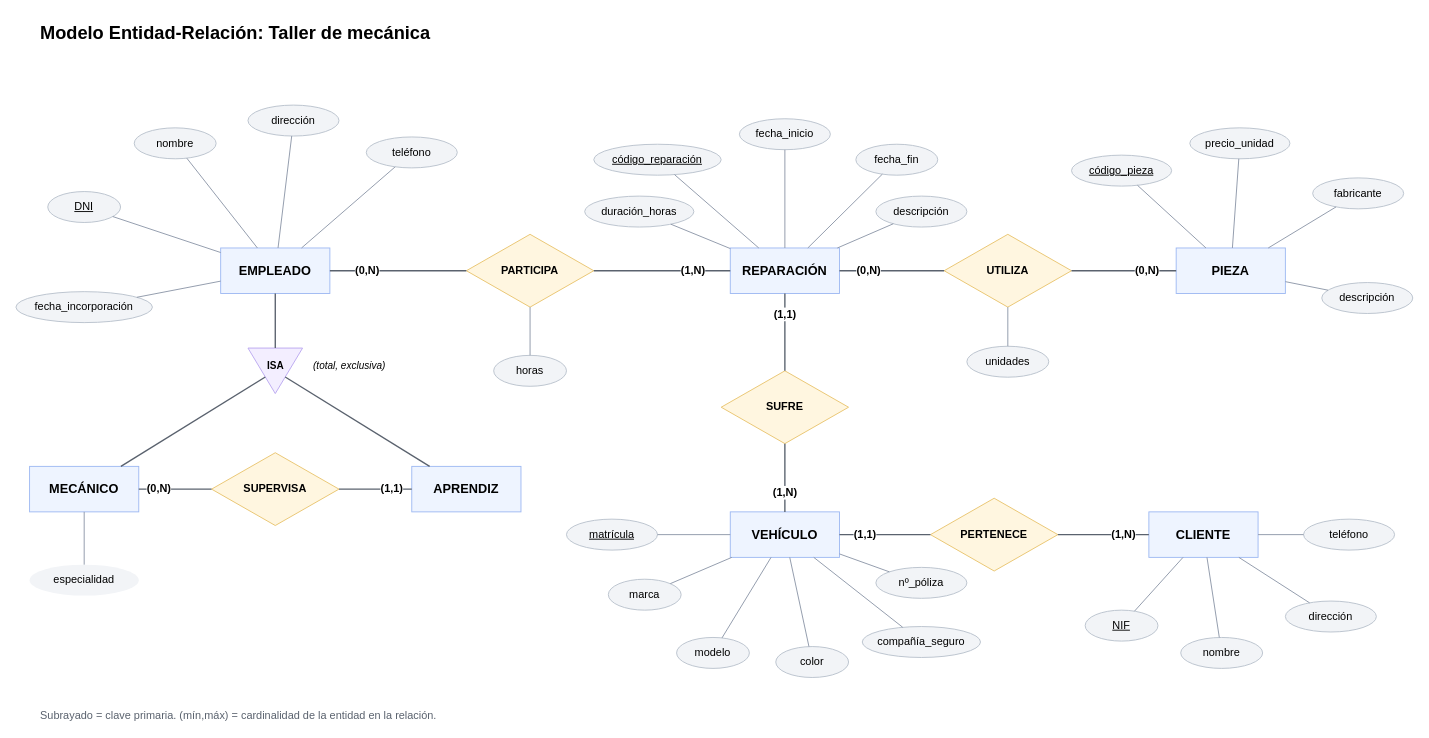
davidpmXx/diagramas keeps this draw.io diagram as bbdd_taller_de_mecanica.drawio. Above is the earlier version. Source tidied: cells renumbered, new cells numbered last; positions are measured from the earlier drawing's top-left corner, leaving out a move shared by most shapes. Both pictures are drawn from the tidied source at 91%, with x=0, y=0 at pixel (15, 15).
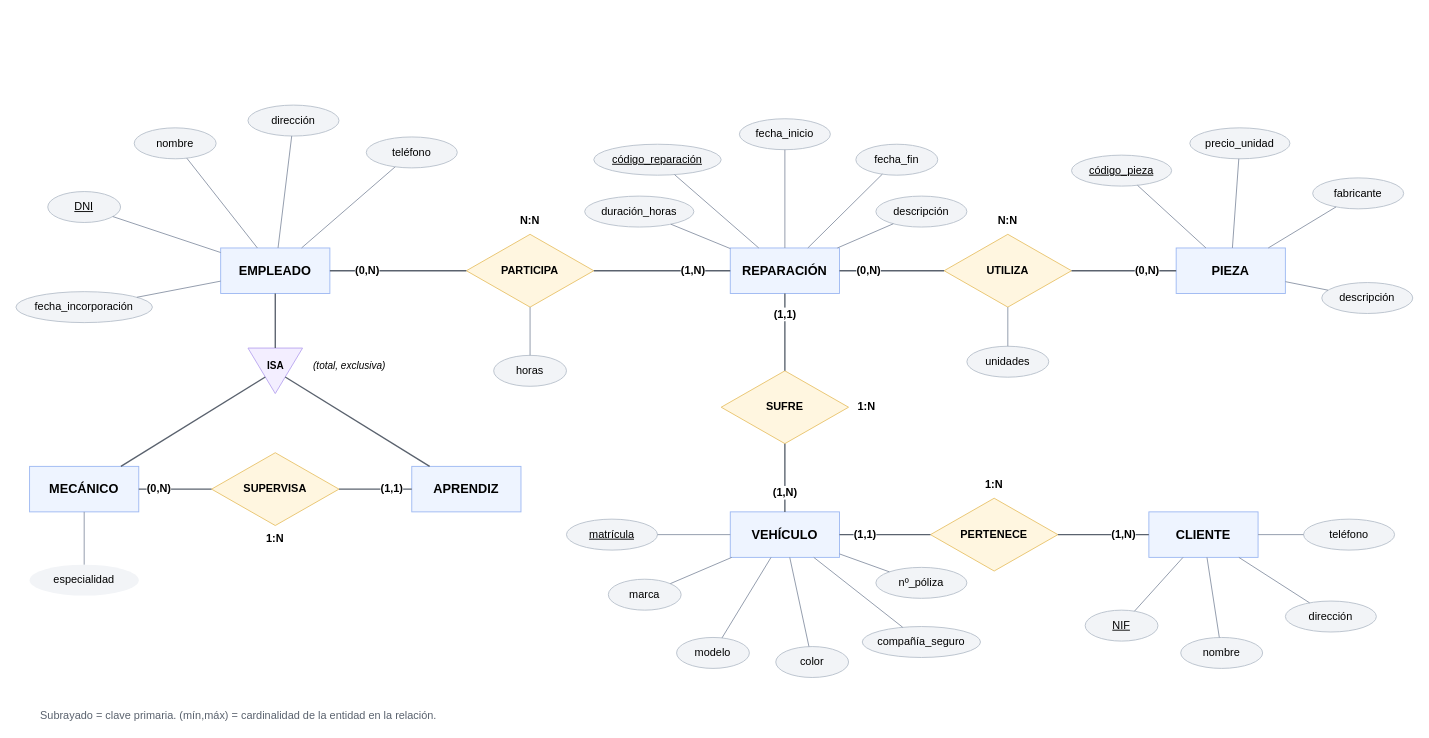
After the change.

Change to the diagram source:
```diff
@@
-    <mxCell id="2" value="Modelo Entidad-Relación: Taller de mecánica" style="text;html=1;fontSize=20;fontStyle=1;align=left;" parent="1" vertex="1">
-      <mxGeometry x="25" width="560" height="30" as="geometry" />
-    </mxCell>
@@
+    <mxCell id="85" value="&lt;b&gt;1:N&lt;/b&gt;" style="text;html=1;whiteSpace=wrap;strokeColor=none;fillColor=none;align=center;verticalAlign=middle;rounded=0;" parent="1" vertex="1">
+      <mxGeometry x="255" y="560" width="60" height="30" as="geometry" />
+    </mxCell>
+    <mxCell id="86" value="&lt;b&gt;N:N&lt;/b&gt;" style="text;html=1;whiteSpace=wrap;strokeColor=none;fillColor=none;align=center;verticalAlign=middle;rounded=0;" parent="1" vertex="1">
+      <mxGeometry x="535" y="210" width="60" height="30" as="geometry" />
+    </mxCell>
+    <mxCell id="87" value="&lt;b&gt;1:N&lt;/b&gt;" style="text;html=1;whiteSpace=wrap;strokeColor=none;fillColor=none;align=center;verticalAlign=middle;rounded=0;" parent="1" vertex="1">
+      <mxGeometry x="905" y="415" width="60" height="30" as="geometry" />
+    </mxCell>
+    <mxCell id="88" value="&lt;b&gt;1:N&lt;/b&gt;" style="text;html=1;whiteSpace=wrap;strokeColor=none;fillColor=none;align=center;verticalAlign=middle;rounded=0;" parent="1" vertex="1">
+      <mxGeometry x="1045" y="500" width="60" height="30" as="geometry" />
+    </mxCell>
+    <mxCell id="89" value="&lt;b&gt;N:N&lt;/b&gt;" style="text;html=1;whiteSpace=wrap;strokeColor=none;fillColor=none;align=center;verticalAlign=middle;rounded=0;" parent="1" vertex="1">
+      <mxGeometry x="1060" y="210" width="60" height="30" as="geometry" />
+    </mxCell>
```
